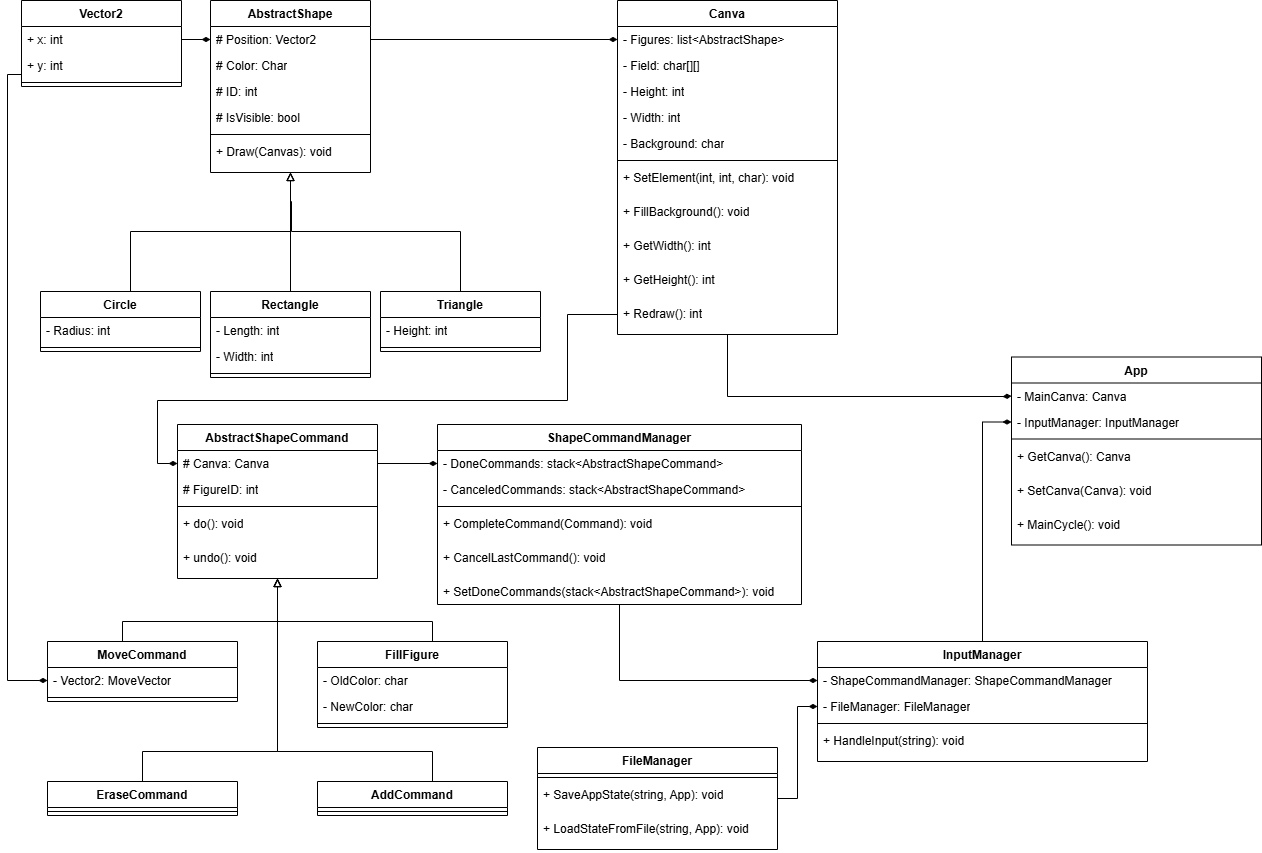
Before: Paint-UML.png, a diagram exported from draw.io (Sonireg/EasyPaint). Source tidied: cells renumbered, new cells last; positions are measured from the earlier drawing's top-left corner, leaving out a move shared by most shapes.
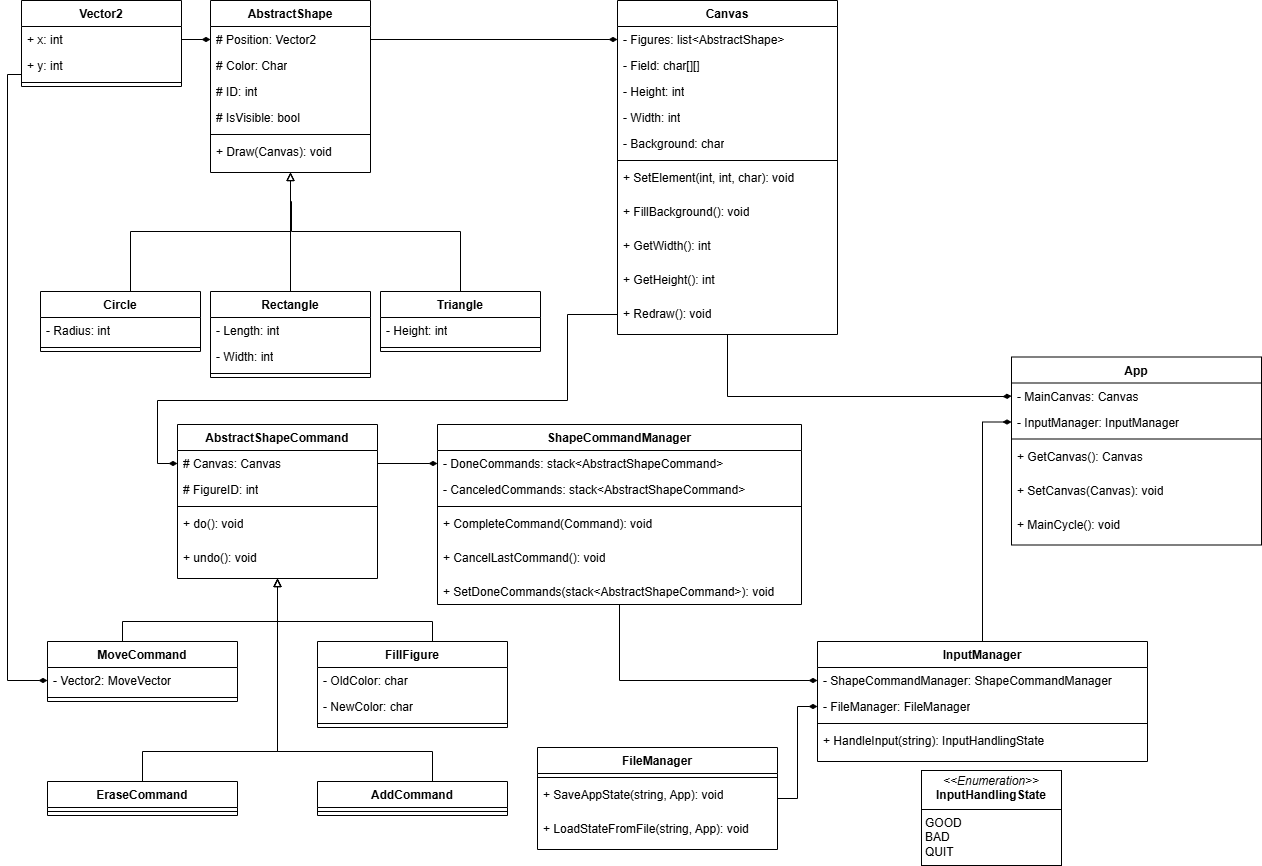
Above is the later version.

Commit message:
Implemented Canvas and CommadManagerLogic. Changed char->Character, Vector->ArrayList. Added UnpuHandlingStates.

Change to the diagram source:
```diff
@@ -82,7 +82,7 @@
     <mxCell id="22" value="AbstractShapeCommand" style="swimlane;fontStyle=1;align=center;verticalAlign=top;horizontal=1;startSize=26;whiteSpace=wrap;html=1;" parent="1" vertex="1">
       <mxGeometry x="170" y="424" width="200" height="154" as="geometry" />
     </mxCell>
-    <mxCell id="23" value="# Canva: Canva" style="text;strokeColor=none;fillColor=none;align=left;verticalAlign=top;spacingLeft=4;spacingRight=4;overflow=hidden;points=[[0,0.5],[1,0.5]];portConstraint=eastwest;whiteSpace=wrap;html=1;" parent="22" vertex="1">
+    <mxCell id="23" value="# Canvas: Canvas" style="text;strokeColor=none;fillColor=none;align=left;verticalAlign=top;spacingLeft=4;spacingRight=4;overflow=hidden;points=[[0,0.5],[1,0.5]];portConstraint=eastwest;whiteSpace=wrap;html=1;" parent="22" vertex="1">
       <mxGeometry y="26" width="200" height="26" as="geometry" />
     </mxCell>
     <mxCell id="24" value="# FigureID: int" style="text;strokeColor=none;fillColor=none;align=left;verticalAlign=top;spacingLeft=4;spacingRight=4;overflow=hidden;whiteSpace=wrap;html=1;" parent="22" vertex="1">
@@ -175,7 +175,7 @@
     <mxCell id="46" style="line;strokeWidth=1;fillColor=none;align=left;verticalAlign=middle;spacingTop=-1;spacingLeft=3;spacingRight=3;labelPosition=right;strokeColor=inherit;" parent="43" vertex="1">
       <mxGeometry y="78" width="190" height="8" as="geometry" />
     </mxCell>
-    <mxCell id="47" value="Canva" style="swimlane;fontStyle=1;align=center;verticalAlign=top;horizontal=1;startSize=26;whiteSpace=wrap;html=1;" parent="1" vertex="1">
+    <mxCell id="47" value="Canvas" style="swimlane;fontStyle=1;align=center;verticalAlign=top;horizontal=1;startSize=26;whiteSpace=wrap;html=1;" parent="1" vertex="1">
       <mxGeometry x="610" width="220" height="334" as="geometry" />
     </mxCell>
     <mxCell id="48" value="- Figures: list&amp;lt;AbstractShape&amp;gt;" style="text;strokeColor=none;fillColor=none;align=left;verticalAlign=top;spacingLeft=4;spacingRight=4;overflow=hidden;points=[[0,0.5],[1,0.5]];portConstraint=eastwest;whiteSpace=wrap;html=1;" parent="47" vertex="1">
@@ -208,7 +208,7 @@
     <mxCell id="57" value="+ GetHeight(): int" style="text;strokeColor=none;fillColor=none;align=left;verticalAlign=top;spacingLeft=4;spacingRight=4;overflow=hidden;whiteSpace=wrap;html=1;" parent="47" vertex="1">
       <mxGeometry y="266" width="220" height="34" as="geometry" />
     </mxCell>
-    <mxCell id="58" value="+ Redraw(): int" style="text;strokeColor=none;fillColor=none;align=left;verticalAlign=top;spacingLeft=4;spacingRight=4;overflow=hidden;whiteSpace=wrap;html=1;" parent="47" vertex="1">
+    <mxCell id="58" value="+ Redraw(): void" style="text;strokeColor=none;fillColor=none;align=left;verticalAlign=top;spacingLeft=4;spacingRight=4;overflow=hidden;whiteSpace=wrap;html=1;" parent="47" vertex="1">
       <mxGeometry y="300" width="220" height="34" as="geometry" />
     </mxCell>
     <mxCell id="59" style="edgeStyle=orthogonalEdgeStyle;rounded=0;jettySize=auto;html=1;exitX=1;exitY=0.5;exitDx=0;exitDy=0;entryX=0;entryY=0.5;entryDx=0;entryDy=0;endArrow=diamondThin;endFill=1;" parent="1" edge="1" source="29" target="3">
@@ -220,7 +220,7 @@
     <mxCell id="61" value="App" style="swimlane;fontStyle=1;align=center;verticalAlign=top;horizontal=1;startSize=26;whiteSpace=wrap;html=1;" parent="1" vertex="1">
       <mxGeometry x="1004" y="356.5" width="250" height="188" as="geometry" />
     </mxCell>
-    <mxCell id="62" value="- MainCanva: Canva" style="text;strokeColor=none;fillColor=none;align=left;verticalAlign=top;spacingLeft=4;spacingRight=4;overflow=hidden;points=[[0,0.5],[1,0.5]];portConstraint=eastwest;whiteSpace=wrap;html=1;" parent="61" vertex="1">
+    <mxCell id="62" value="- MainCanvas: Canvas" style="text;strokeColor=none;fillColor=none;align=left;verticalAlign=top;spacingLeft=4;spacingRight=4;overflow=hidden;points=[[0,0.5],[1,0.5]];portConstraint=eastwest;whiteSpace=wrap;html=1;" parent="61" vertex="1">
       <mxGeometry y="26" width="250" height="26" as="geometry" />
     </mxCell>
     <mxCell id="63" value="- InputManager: InputManager" style="text;strokeColor=none;fillColor=none;align=left;verticalAlign=top;spacingLeft=4;spacingRight=4;overflow=hidden;points=[[0,0.5],[1,0.5]];portConstraint=eastwest;whiteSpace=wrap;html=1;" parent="61" vertex="1">
@@ -229,10 +229,10 @@
     <mxCell id="64" style="line;strokeWidth=1;fillColor=none;align=left;verticalAlign=middle;spacingTop=-1;spacingLeft=3;spacingRight=3;labelPosition=right;strokeColor=inherit;" parent="61" vertex="1">
       <mxGeometry y="78" width="250" height="8" as="geometry" />
     </mxCell>
-    <mxCell id="65" value="+ GetCanva(): Canva" style="text;strokeColor=none;fillColor=none;align=left;verticalAlign=top;spacingLeft=4;spacingRight=4;overflow=hidden;whiteSpace=wrap;html=1;" parent="61" vertex="1">
+    <mxCell id="65" value="+ GetCanvas(): Canvas" style="text;strokeColor=none;fillColor=none;align=left;verticalAlign=top;spacingLeft=4;spacingRight=4;overflow=hidden;whiteSpace=wrap;html=1;" parent="61" vertex="1">
       <mxGeometry y="86" width="250" height="34" as="geometry" />
     </mxCell>
-    <mxCell id="66" value="+ SetCanva(Canva): void" style="text;strokeColor=none;fillColor=none;align=left;verticalAlign=top;spacingLeft=4;spacingRight=4;overflow=hidden;whiteSpace=wrap;html=1;" parent="61" vertex="1">
+    <mxCell id="66" value="+ SetCanvas(Canvas): void" style="text;strokeColor=none;fillColor=none;align=left;verticalAlign=top;spacingLeft=4;spacingRight=4;overflow=hidden;whiteSpace=wrap;html=1;" parent="61" vertex="1">
       <mxGeometry y="120" width="250" height="34" as="geometry" />
     </mxCell>
     <mxCell id="67" value="+ MainCycle(): void" style="text;strokeColor=none;fillColor=none;align=left;verticalAlign=top;spacingLeft=4;spacingRight=4;overflow=hidden;whiteSpace=wrap;html=1;" parent="61" vertex="1">
@@ -294,7 +294,7 @@
     <mxCell id="84" style="line;strokeWidth=1;fillColor=none;align=left;verticalAlign=middle;spacingTop=-1;spacingLeft=3;spacingRight=3;labelPosition=right;strokeColor=inherit;" parent="81" vertex="1">
       <mxGeometry y="78" width="330" height="8" as="geometry" />
     </mxCell>
-    <mxCell id="85" value="+ HandleInput(string): void" style="text;strokeColor=none;fillColor=none;align=left;verticalAlign=top;spacingLeft=4;spacingRight=4;overflow=hidden;whiteSpace=wrap;html=1;" parent="81" vertex="1">
+    <mxCell id="85" value="+ HandleInput(string): InputHandlingState" style="text;strokeColor=none;fillColor=none;align=left;verticalAlign=top;spacingLeft=4;spacingRight=4;overflow=hidden;whiteSpace=wrap;html=1;" parent="81" vertex="1">
       <mxGeometry y="86" width="330" height="34" as="geometry" />
     </mxCell>
     <mxCell id="86" style="edgeStyle=orthogonalEdgeStyle;rounded=0;jettySize=auto;html=1;exitX=1;exitY=0.5;exitDx=0;exitDy=0;entryX=0;entryY=0.5;entryDx=0;entryDy=0;endArrow=diamondThin;endFill=1;" parent="1" edge="1" source="79" target="83">
@@ -324,5 +324,8 @@
         </Array>
       </mxGeometry>
     </mxCell>
+    <mxCell id="91" value="&lt;p style=&quot;margin:0px;margin-top:4px;text-align:center;&quot;&gt;&lt;i&gt;&amp;lt;&amp;lt;Enumeration&amp;gt;&amp;gt;&lt;/i&gt;&lt;br&gt;&lt;span style=&quot;text-align: left;&quot;&gt;&lt;b&gt;InputHandlingState&lt;/b&gt;&lt;/span&gt;&lt;/p&gt;&lt;hr size=&quot;1&quot; style=&quot;border-style:solid;&quot;&gt;&lt;p style=&quot;margin:0px;margin-left:4px;&quot;&gt;&lt;/p&gt;&lt;p style=&quot;margin:0px;margin-left:4px;&quot;&gt;GOOD&lt;br&gt;BAD&lt;br&gt;QUIT&lt;/p&gt;" style="verticalAlign=top;align=left;overflow=fill;html=1;whiteSpace=wrap;" parent="1" vertex="1">
+      <mxGeometry x="914" y="770" width="140" height="95" as="geometry" />
+    </mxCell>
   </root>
 </mxGraphModel>
```
